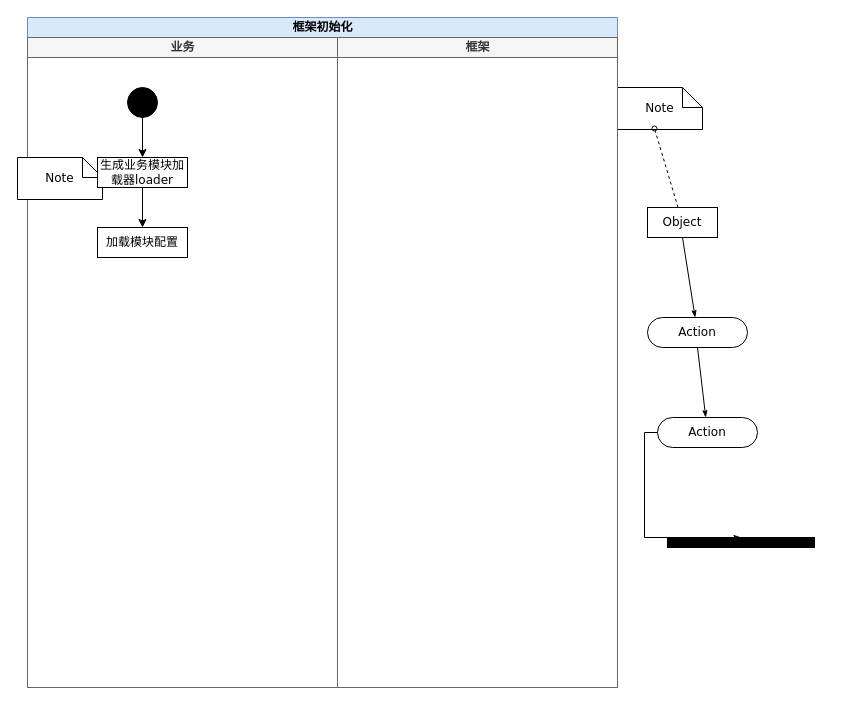
Before: Untitled Diagram.drawio in xianer0405/es, a draw.io diagram. Source tidied: cells renumbered, new cells numbered last; positions are measured from the earlier drawing's top-left corner, leaving out a move shared by most shapes. Both pictures are drawn from the tidied source at 100%, with x=0, y=0 at pixel (17, 17).
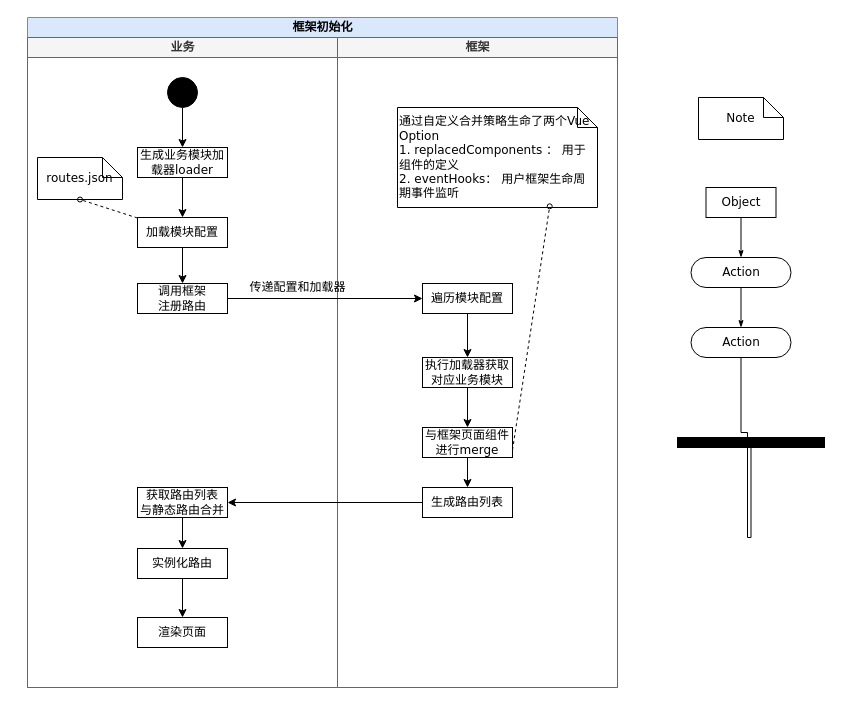
After the change.

The change refers to these unchanged cells:
```xml
<mxCell id="11" value="框架初始化" style="swimlane;html=1;startSize=20;rounded=0;shadow=0;comic=0;labelBackgroundColor=none;strokeWidth=1;fontFamily=Verdana;fontSize=12;align=center;fillColor=#dae8fc;strokeColor=#6c8ebf;" parent="1" vertex="1">
  <mxGeometry x="10" width="590" height="670" as="geometry" />
</mxCell>
<mxCell id="12" value="业务" style="swimlane;html=1;startSize=20;fillColor=#f5f5f5;strokeColor=#666666;fontColor=#333333;" parent="11" vertex="1">
  <mxGeometry y="20" width="310" height="650" as="geometry" />
</mxCell>
<mxCell id="19" value="框架" style="swimlane;html=1;startSize=20;fillColor=#f5f5f5;strokeColor=#666666;fontColor=#333333;" parent="11" vertex="1">
  <mxGeometry x="310" y="20" width="280" height="650" as="geometry" />
</mxCell>
```

What changed in the source:
```diff
@@
     <mxCell id="2" value="Note" style="shape=note;whiteSpace=wrap;html=1;rounded=0;shadow=0;comic=0;labelBackgroundColor=none;strokeWidth=1;fontFamily=Verdana;fontSize=12;align=center;size=20;" parent="1" vertex="1">
-      <mxGeometry x="600" y="70" width="85" height="42" as="geometry" />
+      <mxGeometry x="681" y="80" width="85" height="42" as="geometry" />
     </mxCell>
     <mxCell id="3" value="Object" style="rounded=0;whiteSpace=wrap;html=1;shadow=0;comic=0;labelBackgroundColor=none;strokeWidth=1;fontFamily=Verdana;fontSize=12;align=center;arcSize=50;" parent="1" vertex="1">
-      <mxGeometry x="630" y="190" width="70" height="30" as="geometry" />
+      <mxGeometry x="688.5" y="170" width="70" height="30" as="geometry" />
     </mxCell>
     <mxCell id="4" value="Action" style="rounded=1;whiteSpace=wrap;html=1;shadow=0;comic=0;labelBackgroundColor=none;strokeWidth=1;fontFamily=Verdana;fontSize=12;align=center;arcSize=50;" parent="1" vertex="1">
-      <mxGeometry x="630" y="300" width="100" height="30" as="geometry" />
+      <mxGeometry x="673.5" y="240" width="100" height="30" as="geometry" />
     </mxCell>
-    <mxCell id="5" style="edgeStyle=none;rounded=0;html=1;labelBackgroundColor=none;startArrow=none;startFill=0;startSize=5;endArrow=oval;endFill=0;endSize=5;jettySize=auto;strokeWidth=1;fontFamily=Verdana;fontSize=12;dashed=1;entryX=0.435;entryY=0.976;entryDx=0;entryDy=0;entryPerimeter=0;" parent="1" edge="1" source="3" target="2">
-      <mxGeometry relative="1" as="geometry" />
-    </mxCell>
@@
     <mxCell id="7" value="Action" style="rounded=1;whiteSpace=wrap;html=1;shadow=0;comic=0;labelBackgroundColor=none;strokeWidth=1;fontFamily=Verdana;fontSize=12;align=center;arcSize=50;" parent="1" vertex="1">
-      <mxGeometry x="640" y="400" width="100" height="30" as="geometry" />
+      <mxGeometry x="673.5" y="310" width="100" height="30" as="geometry" />
     </mxCell>
@@
     <mxCell id="9" style="whiteSpace=wrap;html=1;rounded=0;shadow=0;comic=0;labelBackgroundColor=none;strokeWidth=1;fillColor=#000000;fontFamily=Verdana;fontSize=12;align=center;rotation=0;" parent="1" vertex="1">
-      <mxGeometry x="650" y="520" width="147" height="10" as="geometry" />
+      <mxGeometry x="660" y="420" width="147" height="10" as="geometry" />
     </mxCell>
     <mxCell id="10" style="edgeStyle=orthogonalEdgeStyle;rounded=0;html=1;entryX=0.5;entryY=0;labelBackgroundColor=none;startArrow=none;startFill=0;startSize=5;endArrow=classicThin;endFill=1;endSize=5;jettySize=auto;strokeWidth=1;fontFamily=Verdana;fontSize=12;entryDx=0;entryDy=0;" parent="1" edge="1" source="7" target="9">
       <mxGeometry relative="1" as="geometry">
         <Array as="points">
-          <mxPoint x="627" y="415" />
+          <mxPoint x="724" y="415" />
+          <mxPoint x="730" y="415" />
+          <mxPoint x="730" y="520" />
         </Array>
       </mxGeometry>
     </mxCell>
@@
-    <mxCell id="14" value="Note" style="shape=note;whiteSpace=wrap;html=1;rounded=0;shadow=0;comic=0;labelBackgroundColor=none;strokeWidth=1;fontFamily=Verdana;fontSize=12;align=center;size=20;" parent="12" vertex="1">
-      <mxGeometry x="-10" y="120" width="85" height="42" as="geometry" />
+    <mxCell id="14" value="routes.json" style="shape=note;whiteSpace=wrap;html=1;rounded=0;shadow=0;comic=0;labelBackgroundColor=none;strokeWidth=1;fontFamily=Verdana;fontSize=12;align=center;size=20;" parent="12" vertex="1">
+      <mxGeometry x="10" y="120" width="85" height="42" as="geometry" />
     </mxCell>
+    <mxCell id="20" style="edgeStyle=none;rounded=0;html=1;labelBackgroundColor=none;startArrow=none;startFill=0;startSize=5;endArrow=oval;endFill=0;endSize=5;jettySize=auto;strokeWidth=1;fontFamily=Verdana;fontSize=12;dashed=1;entryX=0.5;entryY=1;entryDx=0;entryDy=0;entryPerimeter=0;" parent="12" edge="1" source="15" target="14">
+      <mxGeometry relative="1" as="geometry" />
+    </mxCell>
+    <mxCell id="21" value="渲染页面" style="rounded=0;whiteSpace=wrap;html=1;shadow=0;comic=0;labelBackgroundColor=none;strokeWidth=1;fontFamily=Verdana;fontSize=12;align=center;arcSize=50;" parent="12" vertex="1">
+      <mxGeometry x="110" y="580" width="90" height="30" as="geometry" />
+    </mxCell>
+    <mxCell id="22" style="edgeStyle=orthogonalEdgeStyle;rounded=0;jettySize=auto;html=1;entryX=0.5;entryY=0;entryDx=0;entryDy=0;" parent="12" edge="1" source="23" target="21">
+      <mxGeometry relative="1" as="geometry" />
+    </mxCell>
+    <mxCell id="23" value="实例化路由" style="rounded=0;whiteSpace=wrap;html=1;shadow=0;comic=0;labelBackgroundColor=none;strokeWidth=1;fontFamily=Verdana;fontSize=12;align=center;arcSize=50;" parent="12" vertex="1">
+      <mxGeometry x="110" y="511" width="90" height="30" as="geometry" />
+    </mxCell>
+    <mxCell id="24" style="edgeStyle=orthogonalEdgeStyle;rounded=0;jettySize=auto;html=1;entryX=0.5;entryY=0;entryDx=0;entryDy=0;" parent="12" edge="1" source="25" target="23">
+      <mxGeometry relative="1" as="geometry" />
+    </mxCell>
+    <mxCell id="25" value="获取路由列表&lt;br&gt;与静态路由合并" style="rounded=0;whiteSpace=wrap;html=1;shadow=0;comic=0;labelBackgroundColor=none;strokeWidth=1;fontFamily=Verdana;fontSize=12;align=center;arcSize=50;" parent="12" vertex="1">
+      <mxGeometry x="110" y="450" width="90" height="30" as="geometry" />
+    </mxCell>
+    <mxCell id="26" value="调用框架&lt;br&gt;注册路由" style="rounded=0;whiteSpace=wrap;html=1;shadow=0;comic=0;labelBackgroundColor=none;strokeWidth=1;fontFamily=Verdana;fontSize=12;align=center;arcSize=50;" parent="12" vertex="1">
+      <mxGeometry x="110" y="246" width="90" height="30" as="geometry" />
+    </mxCell>
+    <mxCell id="16" style="ellipse;whiteSpace=wrap;html=1;rounded=0;shadow=0;comic=0;labelBackgroundColor=none;strokeWidth=1;fillColor=#000000;fontFamily=Verdana;fontSize=12;align=center;" parent="12" vertex="1">
+      <mxGeometry x="140" y="40" width="30" height="30" as="geometry" />
+    </mxCell>
+    <mxCell id="18" value="生成业务模块加载器loader" style="rounded=0;whiteSpace=wrap;html=1;shadow=0;comic=0;labelBackgroundColor=none;strokeWidth=1;fontFamily=Verdana;fontSize=12;align=center;arcSize=50;" parent="12" vertex="1">
+      <mxGeometry x="110" y="110" width="90" height="30" as="geometry" />
+    </mxCell>
+    <mxCell id="27" style="edgeStyle=orthogonalEdgeStyle;rounded=0;jettySize=auto;html=1;entryX=0.5;entryY=0;entryDx=0;entryDy=0;" parent="12" edge="1" source="15" target="26">
+      <mxGeometry relative="1" as="geometry" />
+    </mxCell>
     <mxCell id="15" value="加载模块配置" style="rounded=0;whiteSpace=wrap;html=1;shadow=0;comic=0;labelBackgroundColor=none;strokeWidth=1;fontFamily=Verdana;fontSize=12;align=center;arcSize=50;" parent="12" vertex="1">
-      <mxGeometry x="70" y="190" width="90" height="30" as="geometry" />
+      <mxGeometry x="110" y="180" width="90" height="30" as="geometry" />
     </mxCell>
-    <mxCell id="16" style="ellipse;whiteSpace=wrap;html=1;rounded=0;shadow=0;comic=0;labelBackgroundColor=none;strokeWidth=1;fillColor=#000000;fontFamily=Verdana;fontSize=12;align=center;" parent="12" vertex="1">
-      <mxGeometry x="100" y="50" width="30" height="30" as="geometry" />
-    </mxCell>
@@
-    <mxCell id="18" value="生成业务模块加载器loader" style="rounded=0;whiteSpace=wrap;html=1;shadow=0;comic=0;labelBackgroundColor=none;strokeWidth=1;fontFamily=Verdana;fontSize=12;align=center;arcSize=50;" parent="12" vertex="1">
-      <mxGeometry x="70" y="120" width="90" height="30" as="geometry" />
-    </mxCell>
@@
+    <mxCell id="28" style="edgeStyle=orthogonalEdgeStyle;rounded=0;jettySize=auto;html=1;" parent="19" edge="1" source="31" target="35">
+      <mxGeometry relative="1" as="geometry" />
+    </mxCell>
+    <mxCell id="29" value="&lt;div&gt;&lt;span&gt;通过自定义合并策略生命了两个Vue Option&lt;/span&gt;&lt;/div&gt;&lt;div&gt;&lt;span style=&quot;line-height: 100%&quot;&gt;1. replacedComponents ： 用于组件的定义&lt;/span&gt;&lt;/div&gt;&lt;div&gt;&lt;span style=&quot;line-height: 100%&quot;&gt;2. eventHooks： 用户框架生命周期事件监听&lt;/span&gt;&lt;/div&gt;" style="shape=note;whiteSpace=wrap;html=1;rounded=0;shadow=0;comic=0;labelBackgroundColor=none;strokeWidth=1;fontFamily=Verdana;fontSize=12;align=left;size=20;" parent="19" vertex="1">
+      <mxGeometry x="60" y="70" width="200" height="100" as="geometry" />
+    </mxCell>
+    <mxCell id="30" value="生成路由列表" style="rounded=0;whiteSpace=wrap;html=1;shadow=0;comic=0;labelBackgroundColor=none;strokeWidth=1;fontFamily=Verdana;fontSize=12;align=center;arcSize=50;" parent="19" vertex="1">
+      <mxGeometry x="85" y="450" width="90" height="30" as="geometry" />
+    </mxCell>
+    <mxCell id="31" value="执行加载器获取对应业务模块" style="rounded=0;whiteSpace=wrap;html=1;shadow=0;comic=0;labelBackgroundColor=none;strokeWidth=1;fontFamily=Verdana;fontSize=12;align=center;arcSize=50;" parent="19" vertex="1">
+      <mxGeometry x="85" y="320" width="90" height="30" as="geometry" />
+    </mxCell>
+    <mxCell id="32" style="edgeStyle=orthogonalEdgeStyle;rounded=0;jettySize=auto;html=1;entryX=0.5;entryY=0;entryDx=0;entryDy=0;" parent="19" edge="1" source="33" target="31">
+      <mxGeometry relative="1" as="geometry" />
+    </mxCell>
+    <mxCell id="33" value="遍历模块配置" style="rounded=0;whiteSpace=wrap;html=1;shadow=0;comic=0;labelBackgroundColor=none;strokeWidth=1;fontFamily=Verdana;fontSize=12;align=center;arcSize=50;" parent="19" vertex="1">
+      <mxGeometry x="85" y="246" width="90" height="30" as="geometry" />
+    </mxCell>
+    <mxCell id="34" style="edgeStyle=orthogonalEdgeStyle;rounded=0;jettySize=auto;html=1;entryX=0.5;entryY=0;entryDx=0;entryDy=0;" parent="19" edge="1" source="35" target="30">
+      <mxGeometry relative="1" as="geometry" />
+    </mxCell>
+    <mxCell id="35" value="与框架页面组件进行merge" style="rounded=0;whiteSpace=wrap;html=1;shadow=0;comic=0;labelBackgroundColor=none;strokeWidth=1;fontFamily=Verdana;fontSize=12;align=center;arcSize=50;" parent="19" vertex="1">
+      <mxGeometry x="85" y="390" width="90" height="30" as="geometry" />
+    </mxCell>
+    <mxCell id="5" style="edgeStyle=none;rounded=0;html=1;labelBackgroundColor=none;startArrow=none;startFill=0;startSize=5;endArrow=oval;endFill=0;endSize=5;jettySize=auto;strokeWidth=1;fontFamily=Verdana;fontSize=12;dashed=1;exitX=1;exitY=0.75;exitDx=0;exitDy=0;entryX=0.761;entryY=0.988;entryDx=0;entryDy=0;entryPerimeter=0;" parent="19" edge="1" source="35" target="29">
+      <mxGeometry relative="1" as="geometry" />
+    </mxCell>
+    <mxCell id="36" style="edgeStyle=orthogonalEdgeStyle;rounded=0;jettySize=auto;html=1;entryX=0;entryY=0.5;entryDx=0;entryDy=0;" parent="11" edge="1" source="26" target="33">
+      <mxGeometry relative="1" as="geometry" />
+    </mxCell>
+    <mxCell id="37" style="edgeStyle=orthogonalEdgeStyle;rounded=0;jettySize=auto;html=1;exitX=0;exitY=0.5;exitDx=0;exitDy=0;" parent="11" edge="1" source="30" target="25">
+      <mxGeometry relative="1" as="geometry" />
+    </mxCell>
+    <mxCell id="38" value="传递配置和加载器" style="text;html=1;align=center;verticalAlign=middle;" parent="1" vertex="1">
+      <mxGeometry x="225" y="260" width="110" height="20" as="geometry" />
+    </mxCell>
```
